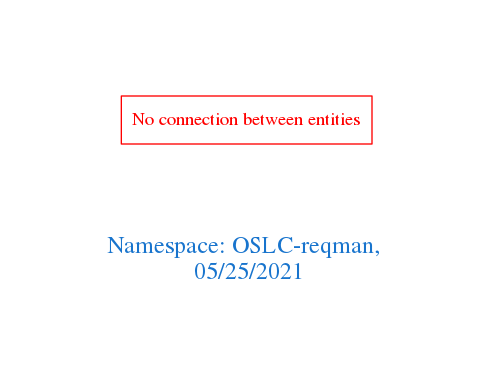
Before: downloads/OSLC-reqman.png, a diagram exported from Graphviz (arago/OGIT). Its source is kept beside it as downloads/OSLC-reqman.dot.
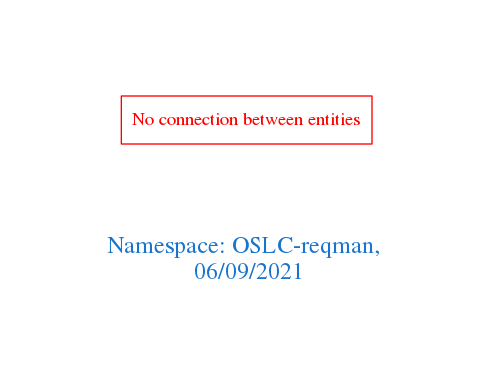
Above is the later version.

The edit, as a diff of the source:
```diff
@@ -1,7 +1,7 @@
 digraph OGIT_ontology {
  graph [ rankdir= LR,pad=1
 fontsize = 18,
-fontcolor= dodgerblue3,label = "\n\n\nNamespace: OSLC-reqman, \n 05/25/2021"];
+fontcolor= dodgerblue3,label = "\n\n\nNamespace: OSLC-reqman, \n 06/09/2021"];
 node[shape=polygon];
 edge [  color="gray81"];
 
```
